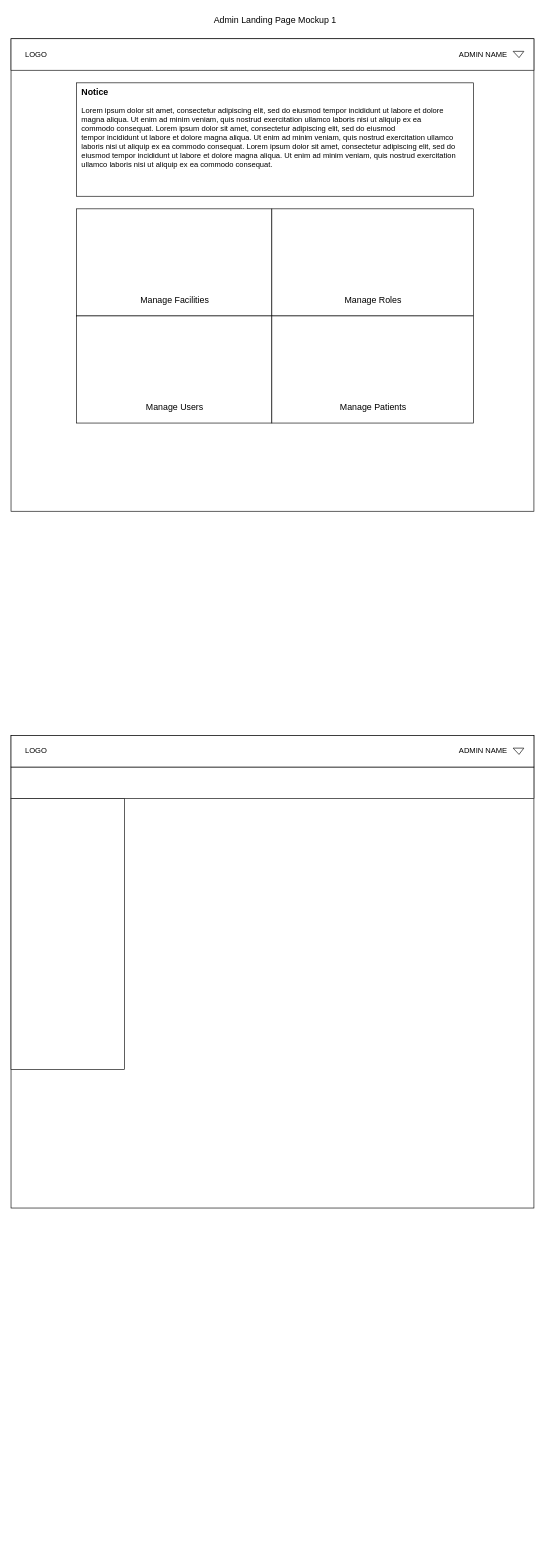
Earlier version of the draw.io diagram diagrams/AdminPage.drawio (empty-works/plain-emrs-no-fw). Source tidied: cells renumbered, new cells numbered last; positions are measured from the earlier drawing's top-left corner, leaving out a move shared by most shapes. Both pictures are drawn from the tidied source at 63%, with x=0, y=0 at pixel (11, 11).
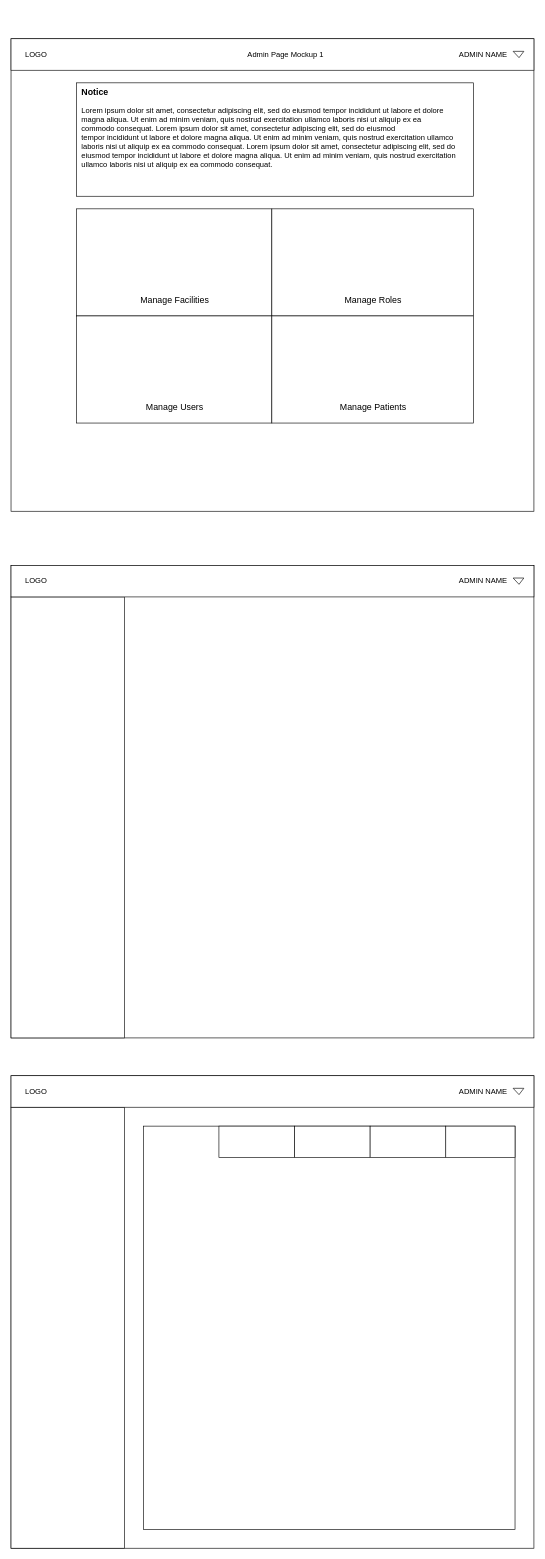
The same diagram, later.

Commit message:
Admin page mockup 2 created.

The edit, as a diff of the source:
```diff
@@
     <mxCell id="2" style="rounded=0;whiteSpace=wrap;html=1;" parent="1" vertex="1">
-      <mxGeometry y="1150" width="830" height="750" as="geometry" />
+      <mxGeometry y="880" width="830" height="750" as="geometry" />
     </mxCell>
     <mxCell id="3" style="rounded=0;whiteSpace=wrap;html=1;" parent="1" vertex="1">
-      <mxGeometry y="1250" width="180" height="430" as="geometry" />
+      <mxGeometry y="930" width="180" height="700" as="geometry" />
     </mxCell>
-    <mxCell id="4" style="rounded=0;whiteSpace=wrap;html=1;" parent="1" vertex="1">
-      <mxGeometry y="1200" width="830" height="50" as="geometry" />
-    </mxCell>
@@
-    <mxCell id="21" value="Admin Landing Page Mockup 1" style="text;html=1;strokeColor=none;fillColor=none;align=center;verticalAlign=middle;whiteSpace=wrap;rounded=0;fontSize=14;" parent="1" vertex="1">
-      <mxGeometry x="241.5" width="355" height="30" as="geometry" />
-    </mxCell>
     <mxCell id="22" style="rounded=0;whiteSpace=wrap;html=1;" parent="1" vertex="1">
-      <mxGeometry y="1150" width="830" height="50" as="geometry" />
+      <mxGeometry y="880" width="830" height="50" as="geometry" />
     </mxCell>
     <mxCell id="23" value="LOGO" style="text;html=1;strokeColor=none;fillColor=none;align=center;verticalAlign=middle;whiteSpace=wrap;rounded=0;" parent="1" vertex="1">
-      <mxGeometry x="10" y="1160" width="60" height="30" as="geometry" />
+      <mxGeometry x="10" y="890" width="60" height="30" as="geometry" />
     </mxCell>
     <mxCell id="24" value="ADMIN NAME" style="text;html=1;strokeColor=none;fillColor=none;align=right;verticalAlign=middle;whiteSpace=wrap;rounded=0;" parent="1" vertex="1">
-      <mxGeometry x="630" y="1160" width="160" height="30" as="geometry" />
+      <mxGeometry x="630" y="890" width="160" height="30" as="geometry" />
     </mxCell>
     <mxCell id="25" style="verticalLabelPosition=bottom;verticalAlign=top;html=1;shape=mxgraph.basic.acute_triangle;dx=0.45;fontSize=14;rotation=-180;" parent="1" vertex="1">
-      <mxGeometry x="797" y="1170" width="17" height="10" as="geometry" />
+      <mxGeometry x="797" y="900" width="17" height="10" as="geometry" />
     </mxCell>
+    <mxCell id="26" style="rounded=0;whiteSpace=wrap;html=1;" parent="1" vertex="1">
+      <mxGeometry y="1690" width="830" height="750" as="geometry" />
+    </mxCell>
+    <mxCell id="27" style="rounded=0;whiteSpace=wrap;html=1;" parent="1" vertex="1">
+      <mxGeometry y="1740" width="180" height="700" as="geometry" />
+    </mxCell>
+    <mxCell id="28" style="rounded=0;whiteSpace=wrap;html=1;" parent="1" vertex="1">
+      <mxGeometry y="1690" width="830" height="50" as="geometry" />
+    </mxCell>
+    <mxCell id="29" value="LOGO" style="text;html=1;strokeColor=none;fillColor=none;align=center;verticalAlign=middle;whiteSpace=wrap;rounded=0;" parent="1" vertex="1">
+      <mxGeometry x="10" y="1700" width="60" height="30" as="geometry" />
+    </mxCell>
+    <mxCell id="30" value="ADMIN NAME" style="text;html=1;strokeColor=none;fillColor=none;align=right;verticalAlign=middle;whiteSpace=wrap;rounded=0;" parent="1" vertex="1">
+      <mxGeometry x="630" y="1700" width="160" height="30" as="geometry" />
+    </mxCell>
+    <mxCell id="31" style="verticalLabelPosition=bottom;verticalAlign=top;html=1;shape=mxgraph.basic.acute_triangle;dx=0.45;fontSize=14;rotation=-180;" parent="1" vertex="1">
+      <mxGeometry x="797" y="1710" width="17" height="10" as="geometry" />
+    </mxCell>
+    <mxCell id="32" style="rounded=0;whiteSpace=wrap;html=1;" parent="1" vertex="1">
+      <mxGeometry x="210" y="1770" width="590" height="640" as="geometry" />
+    </mxCell>
+    <mxCell id="33" style="rounded=0;whiteSpace=wrap;html=1;" parent="1" vertex="1">
+      <mxGeometry x="690" y="1770" width="110" height="50" as="geometry" />
+    </mxCell>
+    <mxCell id="34" style="rounded=0;whiteSpace=wrap;html=1;" parent="1" vertex="1">
+      <mxGeometry x="330" y="1770" width="120" height="50" as="geometry" />
+    </mxCell>
+    <mxCell id="35" style="rounded=0;whiteSpace=wrap;html=1;" parent="1" vertex="1">
+      <mxGeometry x="450" y="1770" width="120" height="50" as="geometry" />
+    </mxCell>
+    <mxCell id="36" style="rounded=0;whiteSpace=wrap;html=1;" parent="1" vertex="1">
+      <mxGeometry x="570" y="1770" width="120" height="50" as="geometry" />
+    </mxCell>
+    <mxCell id="37" value="Admin Page Mockup 1" style="text;html=1;strokeColor=none;fillColor=none;align=center;verticalAlign=middle;whiteSpace=wrap;rounded=0;" parent="1" vertex="1">
+      <mxGeometry x="242" y="54" width="388" height="30" as="geometry" />
+    </mxCell>
```
